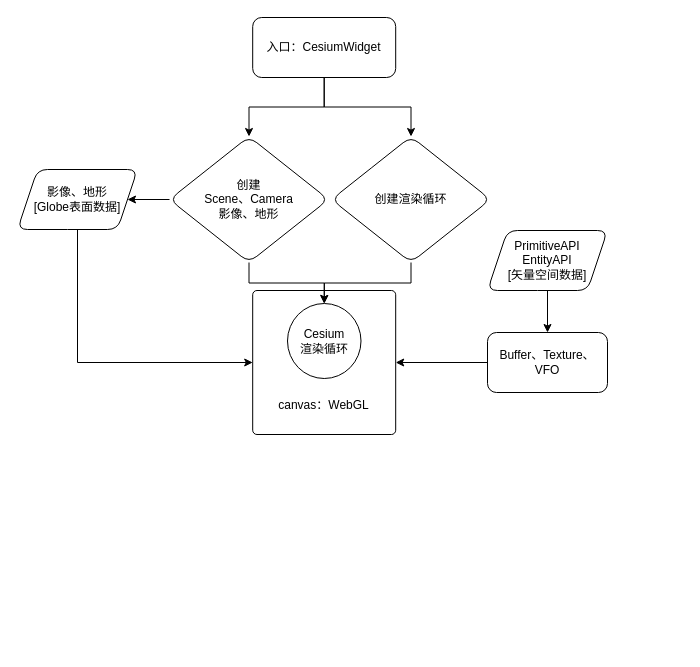
This is CesiumSourceCode-Notes/CesiumRenderPipeline.drawio from onsummer/my-dev-notes, a draw.io file, before an edit. Source tidied: cells renumbered, new cells numbered last; positions are measured from the earlier drawing's top-left corner, leaving out a move shared by most shapes. Both pictures are drawn from the tidied source at 100%, with x=0, y=0 at pixel (17, 17).
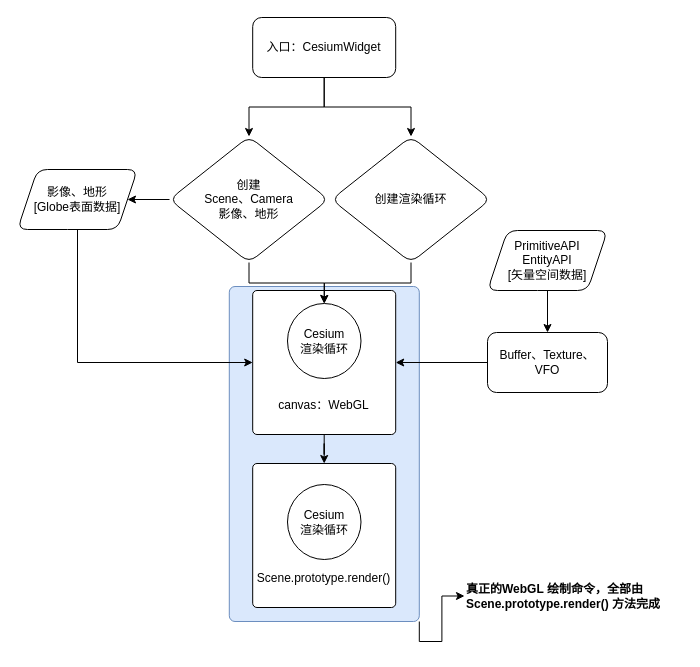
After the change.

Unchanged cells that the change refers to:
```xml
<mxCell id="2" value="&lt;br&gt;&lt;br&gt;&lt;br&gt;&lt;br&gt;&lt;br&gt;&lt;br&gt;canvas：WebGL" style="whiteSpace=wrap;html=1;rounded=1;arcSize=3;" parent="1" vertex="1">
  <mxGeometry x="235.2" y="273" width="143" height="144" as="geometry" />
</mxCell>
```

Change to the diagram source:
```diff
@@
+    <mxCell id="18" style="edgeStyle=orthogonalEdgeStyle;rounded=0;jettySize=auto;html=1;exitX=1;exitY=1;exitDx=0;exitDy=0;" parent="1" edge="1" source="19" target="23">
+      <mxGeometry relative="1" as="geometry" />
+    </mxCell>
+    <mxCell id="19" style="rounded=1;whiteSpace=wrap;html=1;fillColor=#dae8fc;strokeColor=#6c8ebf;arcSize=3;" parent="1" vertex="1">
+      <mxGeometry x="211.8" y="269" width="190" height="335" as="geometry" />
+    </mxCell>
+    <mxCell id="20" style="edgeStyle=orthogonalEdgeStyle;rounded=0;jettySize=auto;html=1;" parent="1" edge="1" source="2" target="21">
+      <mxGeometry relative="1" as="geometry" />
+    </mxCell>
@@
+    <mxCell id="21" value="&lt;br&gt;&lt;br&gt;&lt;br&gt;&lt;br&gt;&lt;br&gt;&lt;br&gt;Scene.prototype.render()" style="whiteSpace=wrap;html=1;rounded=1;arcSize=3;" parent="1" vertex="1">
+      <mxGeometry x="235.2" y="446" width="143" height="144" as="geometry" />
+    </mxCell>
+    <mxCell id="22" value="Cesium&lt;br&gt;渲染循环" style="ellipse;whiteSpace=wrap;html=1;rounded=1;" parent="1" vertex="1">
+      <mxGeometry x="270" y="467" width="73.5" height="75" as="geometry" />
+    </mxCell>
+    <mxCell id="23" value="真正的WebGL 绘制命令，全部由 Scene.prototype.render() 方法完成" style="text;html=1;strokeColor=none;align=left;verticalAlign=middle;whiteSpace=wrap;rounded=0;fontStyle=1;" parent="1" vertex="1">
+      <mxGeometry x="447" y="542" width="218" height="73" as="geometry" />
+    </mxCell>
```
